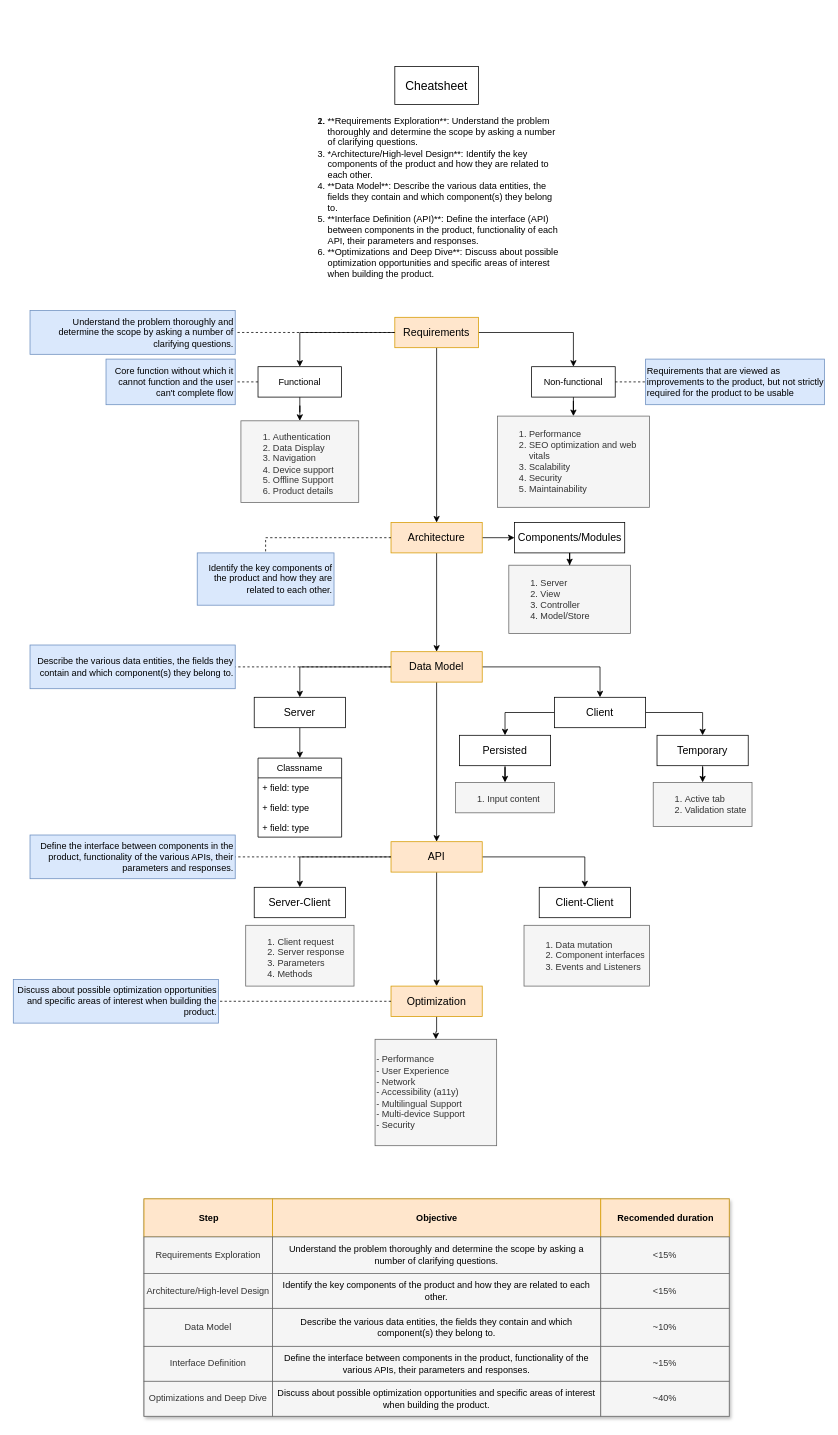
Above: SD_01.drawio in kshavkatg/diagrams (draw.io), before the change. Source tidied: cells renumbered, new cells numbered last; positions are measured from the earlier drawing's top-left corner, leaving out a move shared by most shapes. Both pictures are drawn from the tidied source at 76%, with x=0, y=0 at pixel (13, 66).
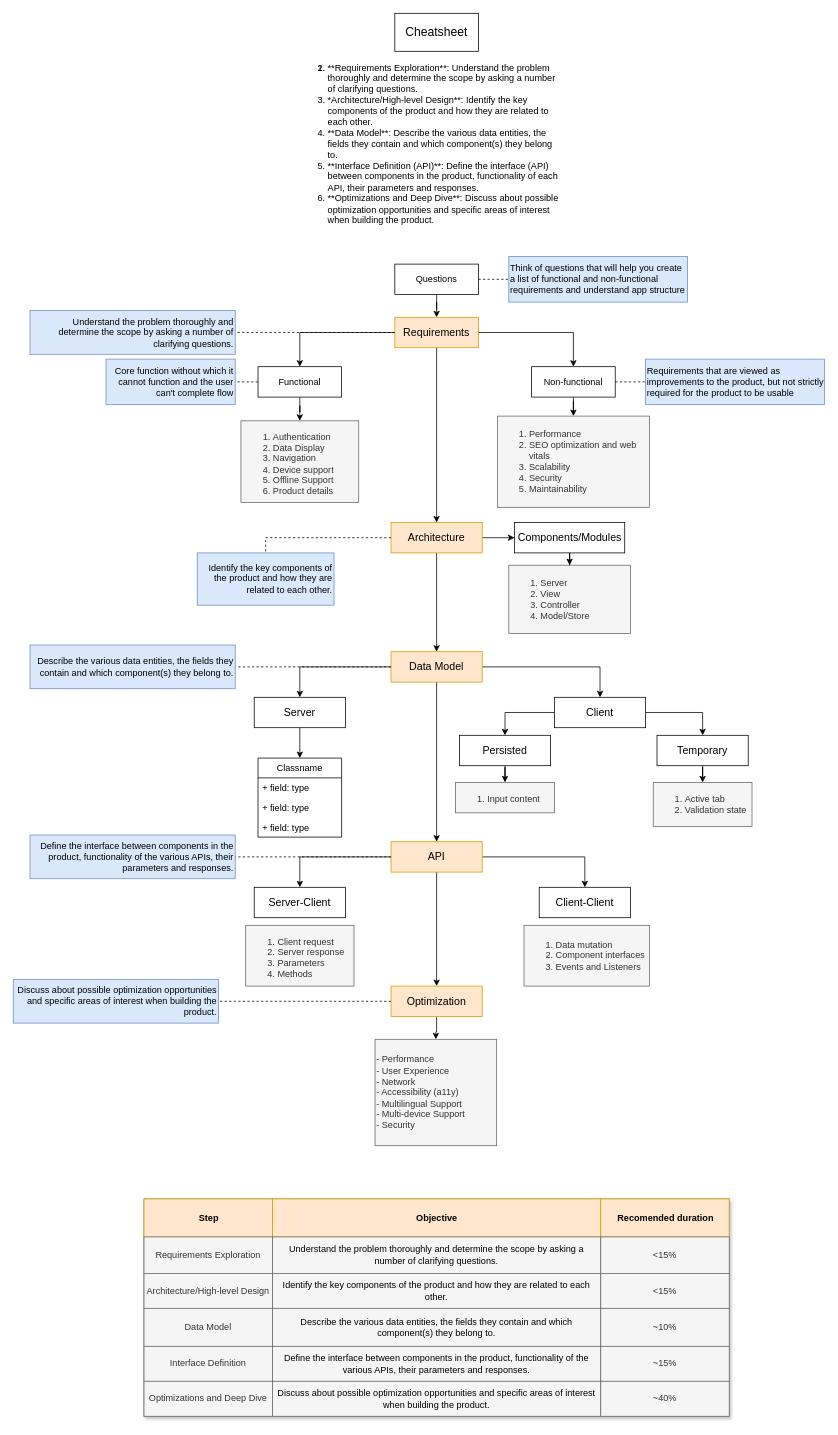
After the change.

Unchanged cells that the change refers to:
```xml
<mxCell id="6" value="Requirements" style="html=1;whiteSpace=wrap;fontSize=14;fillColor=#ffe6cc;strokeColor=#d79b00;" parent="1" vertex="1">
  <mxGeometry x="502" y="330" width="110" height="40" as="geometry" />
</mxCell>
```

Change to the diagram source:
```diff
@@
     <mxCell id="2" value="Cheatsheet" style="html=1;whiteSpace=wrap;fontSize=16;" parent="1" vertex="1">
-      <mxGeometry x="502" width="110" height="50" as="geometry" />
+      <mxGeometry x="502" y="-70" width="110" height="50" as="geometry" />
     </mxCell>
@@
     <mxCell id="12" value="&lt;ol&gt;&lt;li&gt;&lt;li&gt;**Requirements Exploration**: Understand the problem thoroughly and determine the scope by asking a number of clarifying questions.&lt;/li&gt;&lt;li&gt;*Architecture/High-level Design**: Identify the key components of the product and how they are related to each other.&lt;/li&gt;&lt;li&gt;**Data Model**: Describe the various data entities, the fields they contain and which component(s) they belong to.&lt;/li&gt;&lt;li&gt;**Interface Definition (API)**: Define the interface (API) between components in the product, functionality of each API, their parameters and responses.&lt;/li&gt;&lt;li&gt;**Optimizations and Deep Dive**: Discuss about possible optimization opportunities and specific areas of interest when building the product.&lt;/li&gt;&lt;/li&gt;&lt;/ol&gt;" style="text;strokeColor=none;fillColor=none;html=1;whiteSpace=wrap;verticalAlign=middle;overflow=hidden;" parent="1" vertex="1">
-      <mxGeometry x="372" y="50" width="350" height="240" as="geometry" />
+      <mxGeometry x="372" y="-20" width="350" height="240" as="geometry" />
     </mxCell>
@@
+    <mxCell id="89" style="edgeStyle=orthogonalEdgeStyle;rounded=0;jettySize=auto;html=1;" parent="1" edge="1" source="90" target="6">
+      <mxGeometry relative="1" as="geometry" />
+    </mxCell>
+    <mxCell id="90" value="Questions" style="html=1;whiteSpace=wrap;fontSize=12;" parent="1" vertex="1">
+      <mxGeometry x="502" y="260" width="110" height="40" as="geometry" />
+    </mxCell>
+    <mxCell id="91" value="&lt;div style=&quot;&quot;&gt;&lt;span style=&quot;background-color: initial;&quot;&gt;Think of questions that will help you create a list of functional and non-functional requirements and understand app structure&lt;/span&gt;&lt;/div&gt;" style="html=1;whiteSpace=wrap;align=left;fillColor=#dae8fc;strokeColor=#6c8ebf;" parent="1" vertex="1">
+      <mxGeometry x="652" y="250" width="235.2" height="60" as="geometry" />
+    </mxCell>
+    <mxCell id="92" style="endArrow=none;dashed=1;html=1;rounded=0;" parent="1" edge="1" target="91">
+      <mxGeometry relative="1" as="geometry">
+        <mxPoint x="612" y="280" as="sourcePoint" />
+      </mxGeometry>
+    </mxCell>
```
